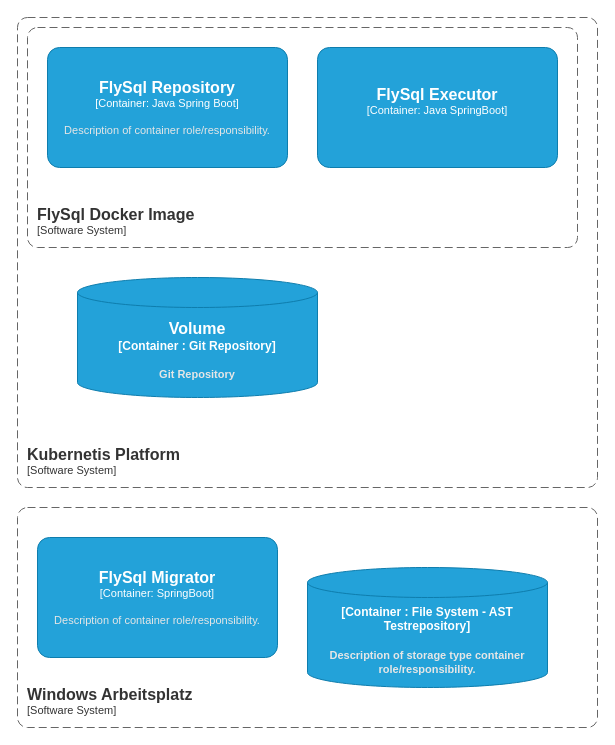
Earlier version of the draw.io diagram flysql-intern/integration.container-diagram.drawio (flysql/flysql.github.io). Source tidied: cells renumbered, new cells numbered last; positions are measured from the earlier drawing's top-left corner, leaving out a move shared by most shapes. Both pictures are drawn from the tidied source at 100%, with x=0, y=0 at pixel (17, 17).
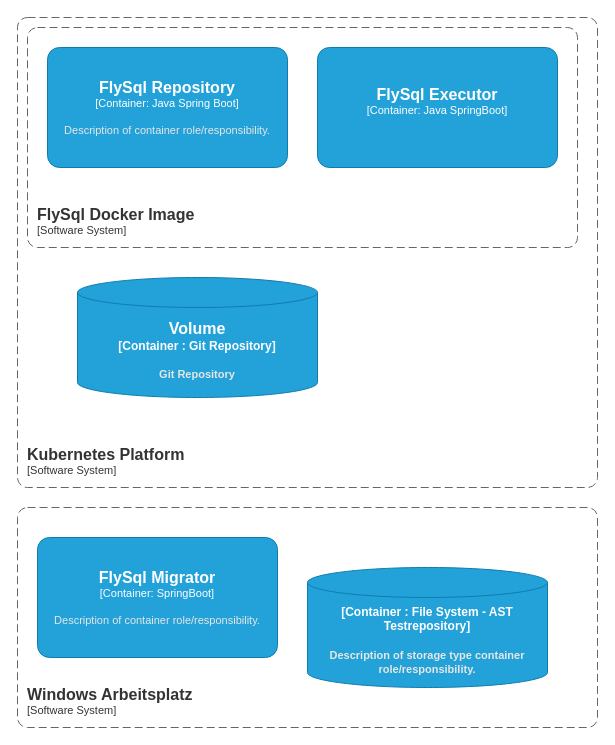
After the change.

Commit message (it also covers changes not shown here):
fix typo in kubernetes

The edit, as a diff of the source:
```diff
@@
 <mxGraphModel>
   <root>
     <mxCell id="0" />
     <mxCell id="1" parent="0" />
     <object id="2" label="&lt;font style=&quot;font-size: 16px&quot;&gt;&lt;b&gt;&lt;div style=&quot;text-align: left&quot;&gt;%c4Name%&lt;/div&gt;&lt;/b&gt;&lt;/font&gt;&lt;div style=&quot;text-align: left&quot;&gt;[%c4Application%]&lt;/div&gt;" c4Application="Software System" c4Name="FlySql Docker Image" placeholders="1">
       <mxCell style="rounded=1;fontSize=11;whiteSpace=wrap;html=1;dashed=1;arcSize=20;fillColor=none;strokeColor=#666666;fontColor=#333333;labelBackgroundColor=none;align=left;verticalAlign=bottom;labelBorderColor=none;spacingTop=0;spacing=10;dashPattern=8 4;perimeter=rectanglePerimeter;noLabel=0;labelPadding=0;absoluteArcSize=1;" parent="1" vertex="1">
         <mxGeometry x="10" y="10" width="550" height="220" as="geometry" />
       </mxCell>
     </object>
     <object id="3" label="&lt;font style=&quot;font-size: 16px&quot;&gt;&lt;b&gt;%c4Type%&lt;/font&gt;&lt;div&gt;[%c4Container%:&amp;nbsp;%c4Technology%]&lt;/div&gt;&lt;br&gt;&lt;div&gt;&lt;font style=&quot;font-size: 11px&quot;&gt;&lt;font color=&quot;#E6E6E6&quot;&gt;%c4Description%&lt;/font&gt;&lt;/div&gt;" c4Container="Container " c4Description="Git Repository" c4Technology="Git Repository" c4Type="Volume" placeholders="1">
       <mxCell style="shape=cylinder3;size=15;whiteSpace=wrap;html=1;boundedLbl=1;rounded=0;labelBackgroundColor=none;fillColor=#23A2D9;fontSize=12;fontColor=#ffffff;align=center;strokeColor=#0E7DAD;" parent="1" vertex="1">
         <mxGeometry x="60" y="260" width="240" height="120" as="geometry" />
       </mxCell>
     </object>
     <object id="4" label="&lt;font style=&quot;font-size: 16px&quot;&gt;&lt;b&gt;%c4Name%&lt;/b&gt;&lt;/font&gt;&lt;div&gt;[%c4Type%: %c4Technology%]&lt;/div&gt;&lt;br&gt;&lt;div&gt;&lt;font style=&quot;font-size: 11px&quot;&gt;&lt;font color=&quot;#E6E6E6&quot;&gt;%c4Description%&lt;/font&gt;&lt;/div&gt;" c4Description="Description of container role/responsibility." c4Name="FlySql Repository" c4Technology="Java Spring Boot" c4Type="Container" placeholders="1">
       <mxCell style="rounded=1;whiteSpace=wrap;html=1;fontSize=11;labelBackgroundColor=none;fillColor=#23A2D9;fontColor=#ffffff;align=center;arcSize=10;strokeColor=#0E7DAD;" parent="1" vertex="1">
         <mxGeometry x="30" y="30" width="240" height="120" as="geometry" />
       </mxCell>
     </object>
     <object id="5" label="&lt;font style=&quot;font-size: 16px&quot;&gt;&lt;b&gt;%c4Name%&lt;/b&gt;&lt;/font&gt;&lt;div&gt;[%c4Type%: %c4Technology%]&lt;/div&gt;&lt;br&gt;&lt;div&gt;&lt;font style=&quot;font-size: 11px&quot;&gt;&lt;font color=&quot;#E6E6E6&quot;&gt;%c4Description%&lt;/font&gt;&lt;/div&gt;" c4Description="" c4Name="FlySql Executor" c4Technology="Java SpringBoot" c4Type="Container" placeholders="1">
       <mxCell style="rounded=1;whiteSpace=wrap;html=1;fontSize=11;labelBackgroundColor=none;fillColor=#23A2D9;fontColor=#ffffff;align=center;arcSize=10;strokeColor=#0E7DAD;" parent="1" vertex="1">
         <mxGeometry x="300" y="30" width="240" height="120" as="geometry" />
       </mxCell>
     </object>
-    <object id="6" label="&lt;font style=&quot;font-size: 16px&quot;&gt;&lt;b&gt;&lt;div style=&quot;text-align: left&quot;&gt;%c4Name%&lt;/div&gt;&lt;/b&gt;&lt;/font&gt;&lt;div style=&quot;text-align: left&quot;&gt;[%c4Application%]&lt;/div&gt;" c4Application="Software System" c4Name="Kubernetis Platform" placeholders="1">
+    <object id="6" label="&lt;font style=&quot;font-size: 16px&quot;&gt;&lt;b&gt;&lt;div style=&quot;text-align: left&quot;&gt;%c4Name%&lt;/div&gt;&lt;/b&gt;&lt;/font&gt;&lt;div style=&quot;text-align: left&quot;&gt;[%c4Application%]&lt;/div&gt;" c4Application="Software System" c4Name="Kubernetes Platform" placeholders="1">
       <mxCell style="rounded=1;fontSize=11;whiteSpace=wrap;html=1;dashed=1;arcSize=20;fillColor=none;strokeColor=#666666;fontColor=#333333;labelBackgroundColor=none;align=left;verticalAlign=bottom;labelBorderColor=none;spacingTop=0;spacing=10;dashPattern=8 4;perimeter=rectanglePerimeter;noLabel=0;labelPadding=0;absoluteArcSize=1;" parent="1" vertex="1">
         <mxGeometry width="580" height="470" as="geometry" />
       </mxCell>
     </object>
     <object id="7" label="&lt;font style=&quot;font-size: 16px&quot;&gt;&lt;b&gt;&lt;div style=&quot;text-align: left&quot;&gt;%c4Name%&lt;/div&gt;&lt;/b&gt;&lt;/font&gt;&lt;div style=&quot;text-align: left&quot;&gt;[%c4Application%]&lt;/div&gt;" c4Application="Software System" c4Name="Windows Arbeitsplatz" placeholders="1">
       <mxCell style="rounded=1;fontSize=11;whiteSpace=wrap;html=1;dashed=1;arcSize=20;fillColor=none;strokeColor=#666666;fontColor=#333333;labelBackgroundColor=none;align=left;verticalAlign=bottom;labelBorderColor=none;spacingTop=0;spacing=10;dashPattern=8 4;perimeter=rectanglePerimeter;noLabel=0;labelPadding=0;absoluteArcSize=1;" parent="1" vertex="1">
         <mxGeometry y="490" width="580" height="220" as="geometry" />
       </mxCell>
     </object>
     <object id="8" label="&lt;font style=&quot;font-size: 16px&quot;&gt;&lt;b&gt;%c4Type%&lt;/font&gt;&lt;div&gt;[%c4Container%:&amp;nbsp;%c4Technology%]&lt;/div&gt;&lt;br&gt;&lt;div&gt;&lt;font style=&quot;font-size: 11px&quot;&gt;&lt;font color=&quot;#E6E6E6&quot;&gt;%c4Description%&lt;/font&gt;&lt;/div&gt;" c4Container="Container " c4Description="Description of storage type container role/responsibility." c4Technology="File System - AST Testrepository" c4Type="" placeholders="1">
       <mxCell style="shape=cylinder3;size=15;whiteSpace=wrap;html=1;boundedLbl=1;rounded=0;labelBackgroundColor=none;fillColor=#23A2D9;fontSize=12;fontColor=#ffffff;align=center;strokeColor=#0E7DAD;" parent="1" vertex="1">
         <mxGeometry x="290" y="550" width="240" height="120" as="geometry" />
       </mxCell>
     </object>
     <object id="9" label="&lt;font style=&quot;font-size: 16px&quot;&gt;&lt;b&gt;%c4Name%&lt;/b&gt;&lt;/font&gt;&lt;div&gt;[%c4Type%: %c4Technology%]&lt;/div&gt;&lt;br&gt;&lt;div&gt;&lt;font style=&quot;font-size: 11px&quot;&gt;&lt;font color=&quot;#E6E6E6&quot;&gt;%c4Description%&lt;/font&gt;&lt;/div&gt;" c4Description="Description of container role/responsibility." c4Name="FlySql Migrator" c4Technology="SpringBoot" c4Type="Container" placeholders="1">
       <mxCell style="rounded=1;whiteSpace=wrap;html=1;fontSize=11;labelBackgroundColor=none;fillColor=#23A2D9;fontColor=#ffffff;align=center;arcSize=10;strokeColor=#0E7DAD;" parent="1" vertex="1">
         <mxGeometry x="20" y="520" width="240" height="120" as="geometry" />
       </mxCell>
     </object>
   </root>
 </mxGraphModel>
```
